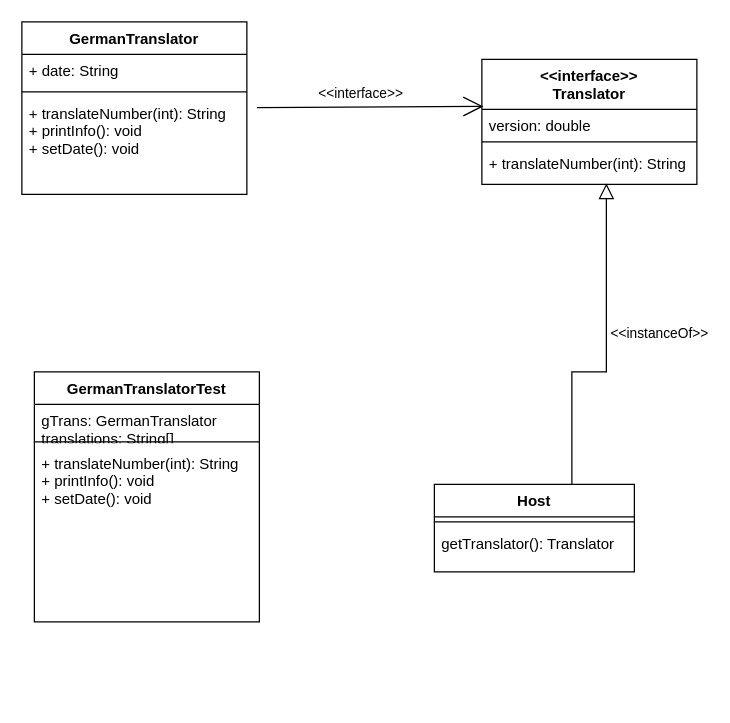
Before: Unbenanntes Diagramm.drawio in ItsMePaiinZ/se1_hbrs_ph_fl, a draw.io diagram. Source tidied: cells renumbered, new cells numbered last; positions are measured from the earlier drawing's top-left corner, leaving out a move shared by most shapes. Both pictures are drawn from the tidied source at 125%, with x=0, y=0 at pixel (21, 21).
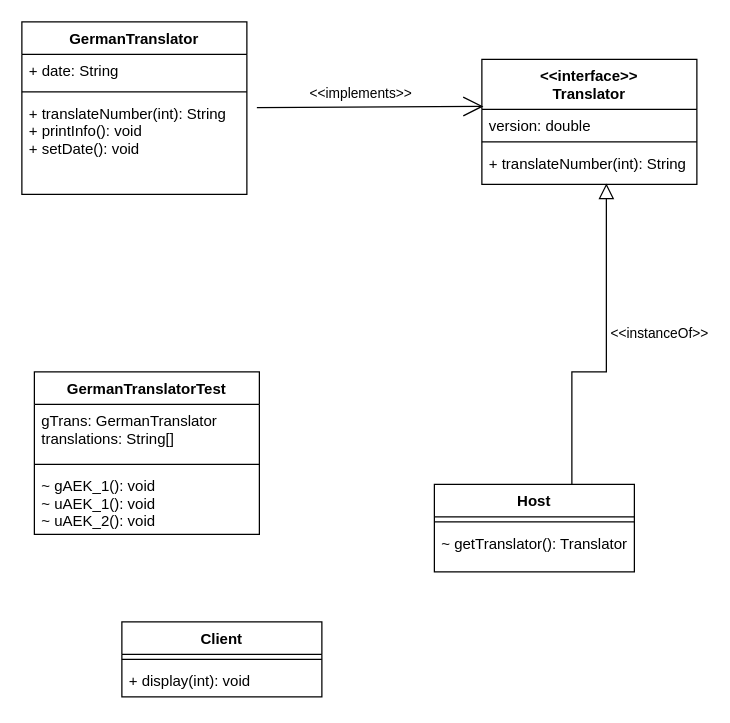
The same page after the edit.

Commit message:
UML Klassendiagramm

The change refers to these unchanged cells:
```xml
<mxCell id="10" value="Host" style="swimlane;fontStyle=1;align=center;verticalAlign=top;horizontal=1;startSize=26;rounded=0;shadow=0;strokeWidth=1;" parent="1" vertex="1">
  <mxGeometry x="330" y="370" width="160" height="70" as="geometry" />
</mxCell>
<mxCell id="15" style="edgeStyle=none;jettySize=auto;html=1;rounded=0;endArrow=open;startSize=14;endSize=14;sourcePerimeterSpacing=8;targetPerimeterSpacing=8;curved=1;entryX=0.007;entryY=-0.109;entryDx=0;entryDy=0;entryPerimeter=0;" parent="1" edge="1" source="6" target="3">
  <mxGeometry relative="1" as="geometry" />
</mxCell>
```

The edit, as a diff of the source:
```diff
@@
-    <mxCell id="12" value="getTranslator(): Translator" style="text;align=left;verticalAlign=top;spacingLeft=4;spacingRight=4;overflow=hidden;" parent="10" vertex="1">
+    <mxCell id="12" value="~ getTranslator(): Translator" style="text;align=left;verticalAlign=top;spacingLeft=4;spacingRight=4;overflow=hidden;" parent="10" vertex="1">
       <mxGeometry y="34" width="160" height="26" as="geometry" />
     </mxCell>
@@
-    <mxCell id="16" value="&amp;lt;&amp;lt;interface&amp;gt;&amp;gt;" style="edgeLabel;html=1;align=center;verticalAlign=middle;" parent="15" vertex="1">
+    <mxCell id="16" value="&amp;lt;&amp;lt;implements&amp;gt;&amp;gt;" style="edgeLabel;html=1;align=center;verticalAlign=middle;" parent="15" vertex="1">
       <mxGeometry x="0.17" y="2" relative="1" as="geometry">
         <mxPoint x="-23" y="-9" as="offset" />
       </mxGeometry>
     </mxCell>
     <mxCell id="17" value="GermanTranslatorTest" style="swimlane;fontStyle=1;align=center;verticalAlign=top;horizontal=1;startSize=26;rounded=0;shadow=0;strokeWidth=1;" parent="1" vertex="1">
-      <mxGeometry x="10" y="280" width="180" height="200" as="geometry" />
+      <mxGeometry x="10" y="280" width="180" height="130" as="geometry" />
     </mxCell>
     <mxCell id="18" value="gTrans: GermanTranslator&#10;translations: String[]" style="text;align=left;verticalAlign=top;spacingLeft=4;spacingRight=4;overflow=hidden;rounded=0;shadow=0;html=0;" parent="17" vertex="1">
-      <mxGeometry y="26" width="180" height="26" as="geometry" />
+      <mxGeometry y="26" width="180" height="44" as="geometry" />
     </mxCell>
     <mxCell id="19" style="line;html=1;strokeWidth=1;align=left;verticalAlign=middle;spacingTop=-1;spacingLeft=3;spacingRight=3;labelPosition=right;" parent="17" vertex="1">
-      <mxGeometry y="52" width="180" height="8" as="geometry" />
+      <mxGeometry y="70" width="180" height="8" as="geometry" />
     </mxCell>
-    <mxCell id="20" value="+ translateNumber(int): String&#10;+ printInfo(): void&#10;+ setDate(): void" style="text;align=left;verticalAlign=top;spacingLeft=4;spacingRight=4;overflow=hidden;" parent="17" vertex="1">
-      <mxGeometry y="60" width="180" height="50" as="geometry" />
+    <mxCell id="20" value="~ gAEK_1(): void&#10;~ uAEK_1(): void&#10;~ uAEK_2(): void" style="text;align=left;verticalAlign=top;spacingLeft=4;spacingRight=4;overflow=hidden;" parent="17" vertex="1">
+      <mxGeometry y="78" width="180" height="50" as="geometry" />
     </mxCell>
+    <mxCell id="21" value="Client" style="swimlane;fontStyle=1;align=center;verticalAlign=top;horizontal=1;startSize=26;" parent="1" vertex="1">
+      <mxGeometry x="80" y="480" width="160" height="60" as="geometry" />
+    </mxCell>
+    <mxCell id="22" style="line;strokeWidth=1;fillColor=none;align=left;verticalAlign=middle;spacingTop=-1;spacingLeft=3;spacingRight=3;labelPosition=right;strokeColor=inherit;" parent="21" vertex="1">
+      <mxGeometry y="26" width="160" height="8" as="geometry" />
+    </mxCell>
+    <mxCell id="23" value="+ display(int): void" style="text;strokeColor=none;fillColor=none;align=left;verticalAlign=top;spacingLeft=4;spacingRight=4;overflow=hidden;" parent="21" vertex="1">
+      <mxGeometry y="34" width="160" height="26" as="geometry" />
+    </mxCell>
```
